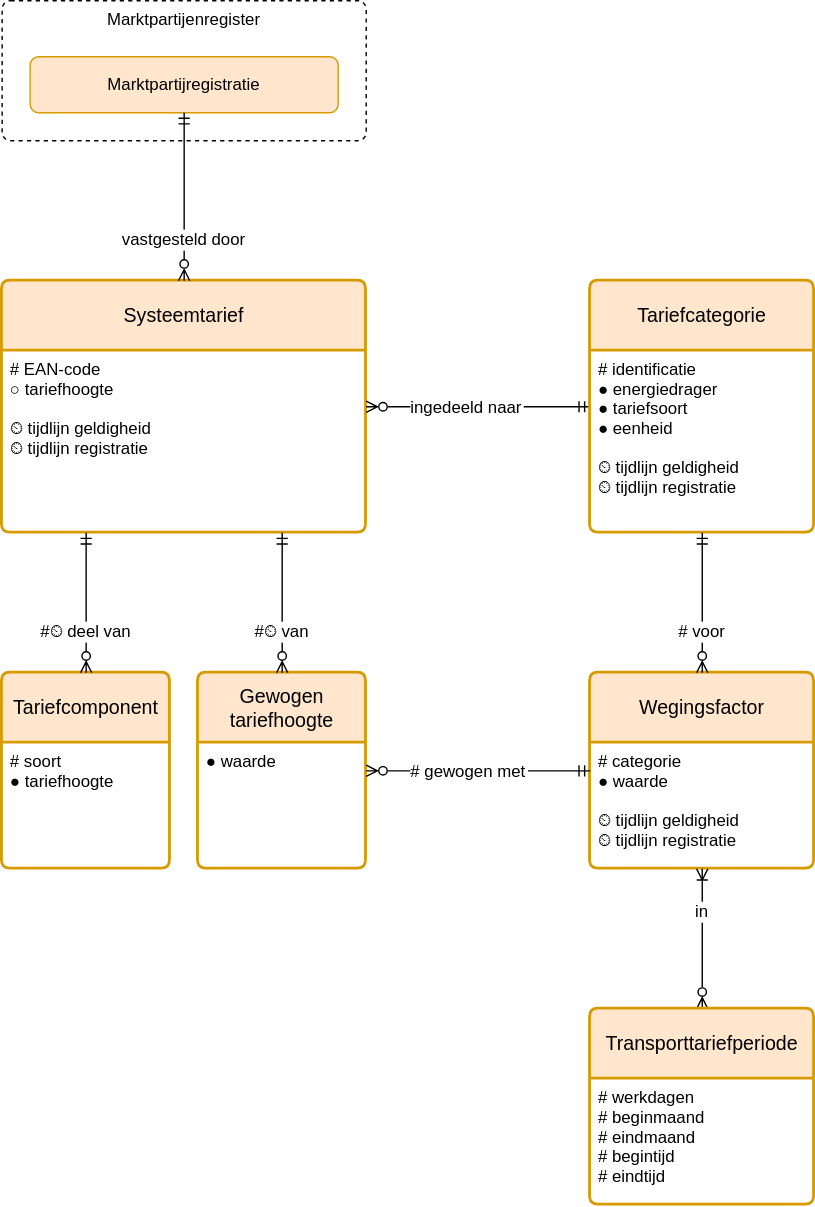
Before: registers/tarievenregister/2.0/tarievenregister.drawio.svg, a diagram exported from draw.io (netbeheernederland/stelsel). Source tidied: cells renumbered, new cells last; positions are measured from the earlier drawing's top-left corner, leaving out a move shared by most shapes.
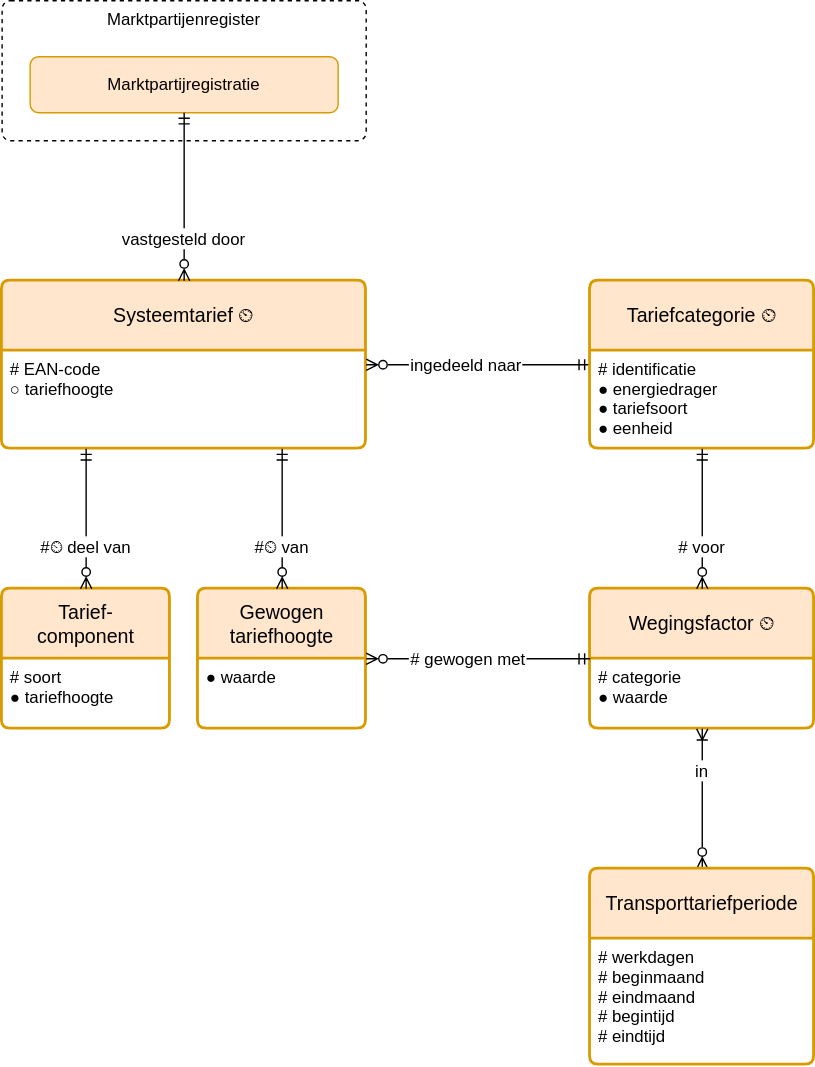
The same diagram one commit later.

The edit, as a diff of the source:
```diff
@@ -3,16 +3,16 @@
     <mxCell id="0" />
     <mxCell id="1" parent="0" />
     <mxCell id="2" value="Gewogen tariefhoogte" style="swimlane;horizontal=1;startSize=50;rounded=1;fontSize=14;fontStyle=0;strokeWidth=2;shadow=0;dashed=0;align=center;fillColor=#ffe6cc;strokeColor=#d79b00;arcSize=4;whiteSpace=wrap;spacing=10;" parent="1" vertex="1">
-      <mxGeometry x="140" y="480" width="120" height="140" as="geometry" />
+      <mxGeometry x="140" y="420" width="120" height="100" as="geometry" />
     </mxCell>
     <mxCell id="3" value="● waarde" style="align=left;strokeColor=none;fillColor=none;spacingLeft=4;fontSize=12;verticalAlign=top;" parent="2" vertex="1">
-      <mxGeometry y="50" width="120" height="90" as="geometry" />
+      <mxGeometry y="50" width="120" height="50" as="geometry" />
     </mxCell>
-    <mxCell id="4" value="Systeemtarief" style="swimlane;horizontal=1;startSize=50;rounded=1;fontSize=14;fontStyle=0;strokeWidth=2;shadow=0;dashed=0;align=center;fillColor=#ffe6cc;strokeColor=#d79b00;arcSize=4;whiteSpace=wrap;spacing=10;" parent="1" vertex="1">
-      <mxGeometry y="200" width="260" height="180" as="geometry" />
+    <mxCell id="4" value="Systeemtarief ⏲" style="swimlane;horizontal=1;startSize=50;rounded=1;fontSize=14;fontStyle=0;strokeWidth=2;shadow=0;dashed=0;align=center;fillColor=#ffe6cc;strokeColor=#d79b00;arcSize=4;whiteSpace=wrap;spacing=10;" parent="1" vertex="1">
+      <mxGeometry y="200" width="260" height="120" as="geometry" />
     </mxCell>
-    <mxCell id="5" value="# EAN-code&#10;○ tariefhoogte&#10;&#10;⏲ tijdlijn geldigheid&#10;⏲ tijdlijn registratie" style="align=left;strokeColor=none;fillColor=none;spacingLeft=4;fontSize=12;verticalAlign=top;" parent="4" vertex="1">
-      <mxGeometry y="50" width="260" height="130" as="geometry" />
+    <mxCell id="5" value="# EAN-code&#10;○ tariefhoogte" style="align=left;strokeColor=none;fillColor=none;spacingLeft=4;fontSize=12;verticalAlign=top;" parent="4" vertex="1">
+      <mxGeometry y="50" width="260" height="70" as="geometry" />
     </mxCell>
     <mxCell id="6" value="ingedeeld naar" style="fontSize=12;endArrow=ERmandOne;startArrow=ERzeroToMany;rounded=0;startFill=0;endFill=0;verticalAlign=middle;strokeColor=default;labelBackgroundColor=default;fontColor=default;align=left;elbow=vertical;" parent="1" edge="1" source="4" target="10">
       <mxGeometry x="-0.62" relative="1" as="geometry" />
@@ -26,26 +26,26 @@
     <mxCell id="9" value="vastgesteld door" style="fontSize=12;endArrow=ERmandOne;startArrow=ERzeroToMany;rounded=0;startFill=0;endFill=0;verticalAlign=middle;strokeColor=default;labelBackgroundColor=default;fontColor=default;align=center;edgeStyle=elbowEdgeStyle;exitX=0.5;exitY=0;exitDx=0;exitDy=0;" parent="1" edge="1" source="4" target="8">
       <mxGeometry x="-0.5" relative="1" as="geometry" />
     </mxCell>
-    <mxCell id="10" value="Tariefcategorie" style="swimlane;horizontal=1;startSize=50;rounded=1;fontSize=14;fontStyle=0;strokeWidth=2;shadow=0;dashed=0;align=center;fillColor=#ffe6cc;strokeColor=#d79b00;arcSize=4;whiteSpace=wrap;spacing=10;" parent="1" vertex="1">
-      <mxGeometry x="420" y="200" width="160" height="180" as="geometry" />
+    <mxCell id="10" value="Tariefcategorie ⏲" style="swimlane;horizontal=1;startSize=50;rounded=1;fontSize=14;fontStyle=0;strokeWidth=2;shadow=0;dashed=0;align=center;fillColor=#ffe6cc;strokeColor=#d79b00;arcSize=4;whiteSpace=wrap;spacing=10;" parent="1" vertex="1">
+      <mxGeometry x="420" y="200" width="160" height="120" as="geometry" />
     </mxCell>
-    <mxCell id="11" value="# identificatie&#10;● energiedrager&#10;● tariefsoort&#10;● eenheid&#10;&#10;⏲ tijdlijn geldigheid&#10;⏲ tijdlijn registratie" style="align=left;strokeColor=none;fillColor=none;spacingLeft=4;fontSize=12;verticalAlign=top;" parent="10" vertex="1">
-      <mxGeometry y="50" width="160" height="130" as="geometry" />
+    <mxCell id="11" value="# identificatie&#10;● energiedrager&#10;● tariefsoort&#10;● eenheid" style="align=left;strokeColor=none;fillColor=none;spacingLeft=4;fontSize=12;verticalAlign=top;" parent="10" vertex="1">
+      <mxGeometry y="50" width="160" height="70" as="geometry" />
     </mxCell>
-    <mxCell id="12" value="Tariefcomponent" style="swimlane;horizontal=1;startSize=50;rounded=1;fontSize=14;fontStyle=0;strokeWidth=2;shadow=0;dashed=0;align=center;fillColor=#ffe6cc;strokeColor=#d79b00;arcSize=4;whiteSpace=wrap;spacing=10;" parent="1" vertex="1">
-      <mxGeometry y="480" width="120" height="140" as="geometry" />
+    <mxCell id="12" value="Tarief-component" style="swimlane;horizontal=1;startSize=50;rounded=1;fontSize=14;fontStyle=0;strokeWidth=2;shadow=0;dashed=0;align=center;fillColor=#ffe6cc;strokeColor=#d79b00;arcSize=4;whiteSpace=wrap;spacing=10;" parent="1" vertex="1">
+      <mxGeometry y="420" width="120" height="100" as="geometry" />
     </mxCell>
     <mxCell id="13" value="# soort&#10;● tariefhoogte" style="align=left;strokeColor=none;fillColor=none;spacingLeft=4;fontSize=12;verticalAlign=top;" parent="12" vertex="1">
-      <mxGeometry y="50" width="120" height="90" as="geometry" />
+      <mxGeometry y="50" width="120" height="50" as="geometry" />
     </mxCell>
     <mxCell id="14" value="#⏲ deel van" style="fontSize=12;endArrow=ERmandOne;startArrow=ERzeroToMany;rounded=0;startFill=0;endFill=0;verticalAlign=middle;strokeColor=default;labelBackgroundColor=default;fontColor=default;align=center;edgeStyle=elbowEdgeStyle;" parent="1" edge="1" source="12" target="4">
       <mxGeometry x="-0.4" relative="1" as="geometry" />
     </mxCell>
-    <mxCell id="15" value="Wegingsfactor" style="swimlane;horizontal=1;startSize=50;rounded=1;fontSize=14;fontStyle=0;strokeWidth=2;shadow=0;dashed=0;align=center;fillColor=#ffe6cc;strokeColor=#d79b00;arcSize=4;whiteSpace=wrap;spacing=10;" parent="1" vertex="1">
-      <mxGeometry x="420" y="480" width="160" height="140" as="geometry" />
+    <mxCell id="15" value="Wegingsfactor ⏲" style="swimlane;horizontal=1;startSize=50;rounded=1;fontSize=14;fontStyle=0;strokeWidth=2;shadow=0;dashed=0;align=center;fillColor=#ffe6cc;strokeColor=#d79b00;arcSize=4;whiteSpace=wrap;spacing=10;" parent="1" vertex="1">
+      <mxGeometry x="420" y="420" width="160" height="100" as="geometry" />
     </mxCell>
-    <mxCell id="16" value="# categorie&#10;● waarde&#10;&#10;⏲ tijdlijn geldigheid&#10;⏲ tijdlijn registratie" style="align=left;strokeColor=none;fillColor=none;spacingLeft=4;fontSize=12;verticalAlign=top;" parent="15" vertex="1">
-      <mxGeometry y="50" width="160" height="90" as="geometry" />
+    <mxCell id="16" value="# categorie&#10;● waarde" style="align=left;strokeColor=none;fillColor=none;spacingLeft=4;fontSize=12;verticalAlign=top;" parent="15" vertex="1">
+      <mxGeometry y="50" width="160" height="50" as="geometry" />
     </mxCell>
     <mxCell id="17" value="in" style="fontSize=12;endArrow=ERzeroToMany;startArrow=ERoneToMany;rounded=0;startFill=0;endFill=0;verticalAlign=middle;strokeColor=default;labelBackgroundColor=default;fontColor=default;align=center;edgeStyle=elbowEdgeStyle;" parent="1" edge="1" source="15" target="20">
       <mxGeometry x="-0.4" relative="1" as="geometry" />
@@ -57,7 +57,7 @@
       <mxGeometry x="-0.4" relative="1" as="geometry" />
     </mxCell>
     <mxCell id="20" value="Transporttariefperiode" style="swimlane;horizontal=1;startSize=50;rounded=1;fontSize=14;fontStyle=0;strokeWidth=2;shadow=0;dashed=0;align=center;fillColor=#ffe6cc;strokeColor=#d79b00;arcSize=4;whiteSpace=wrap;spacing=10;" parent="1" vertex="1">
-      <mxGeometry x="420" y="720" width="160" height="140" as="geometry" />
+      <mxGeometry x="420" y="620" width="160" height="140" as="geometry" />
     </mxCell>
     <mxCell id="21" value="# werkdagen&#10;# beginmaand&#10;# eindmaand&#10;# begintijd&#10;# eindtijd" style="align=left;strokeColor=none;fillColor=none;spacingLeft=4;fontSize=12;verticalAlign=top;" parent="20" vertex="1">
       <mxGeometry y="50" width="160" height="90" as="geometry" />
```
